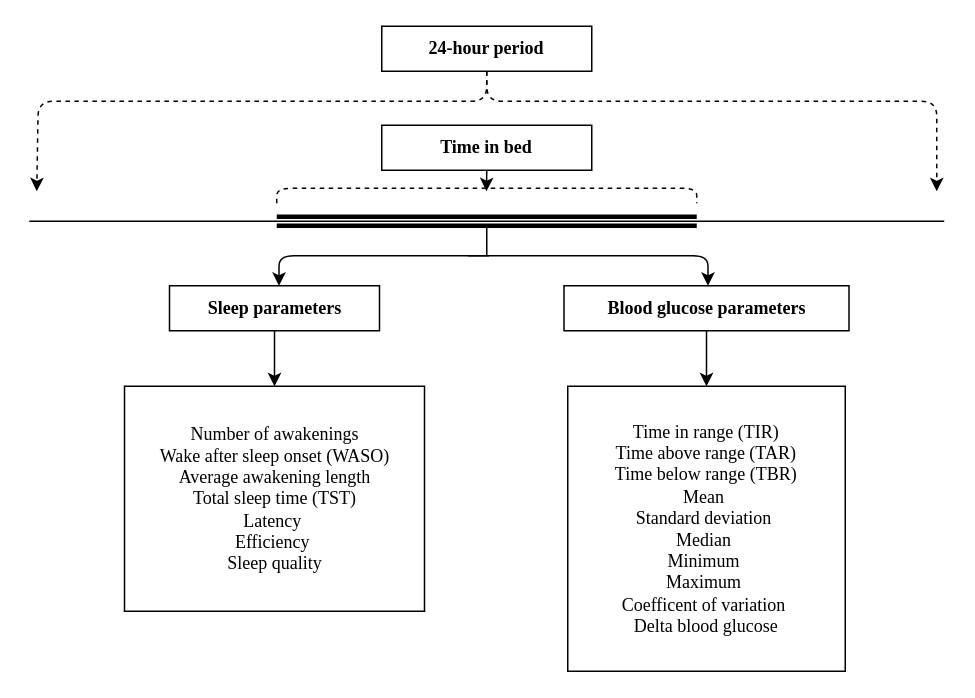
laurateilmann/Bachelor keeps this draw.io diagram as Plots/NightDiagram.drawio. Above is the earlier version. Source tidied: cells renumbered, new cells numbered last; positions are measured from the earlier drawing's top-left corner, leaving out a move shared by most shapes. Both pictures are drawn from the tidied source at 150%, with x=0, y=0 at pixel (28, 26).
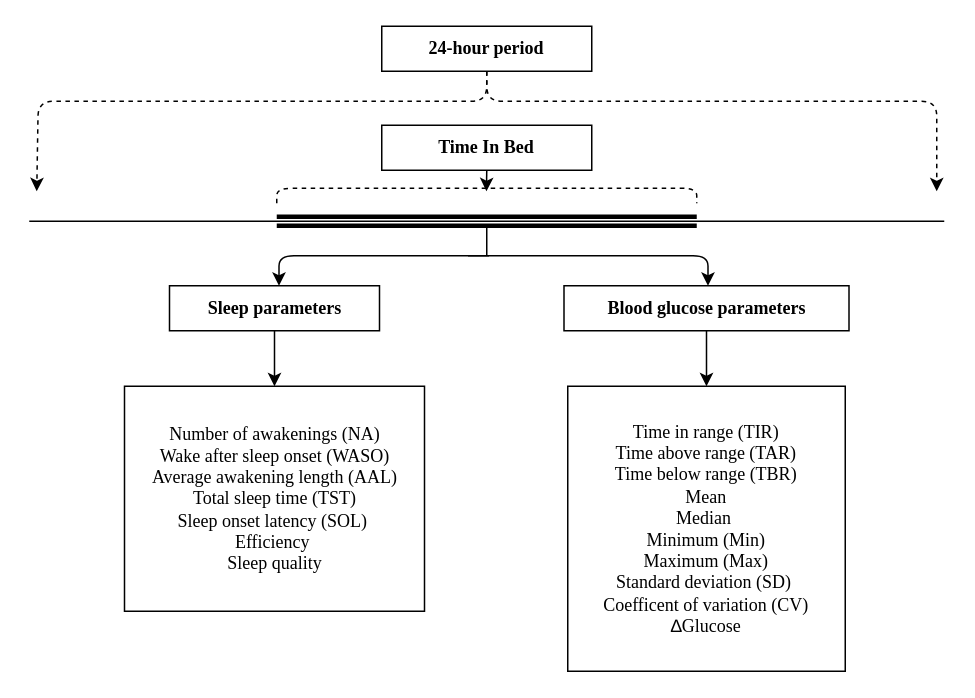
The same diagram, later.

Change to the diagram source:
```diff
@@
-    <mxCell id="6" value="Time in bed" style="rounded=0;whiteSpace=wrap;html=1;fontStyle=1;fontFamily=Times New Roman;" parent="1" vertex="1">
+    <mxCell id="6" value="Time In Bed" style="rounded=0;whiteSpace=wrap;html=1;fontStyle=1;fontFamily=Times New Roman;" parent="1" vertex="1">
       <mxGeometry x="235" y="66" width="140" height="30" as="geometry" />
     </mxCell>
@@
-    <mxCell id="13" value="&lt;font face=&quot;Times New Roman&quot;&gt;Number of awakenings&lt;br&gt;Wake after sleep onset (WASO)&lt;br&gt;Average awakening length&lt;br&gt;Total sleep time (TST)&lt;br&gt;Latency&amp;nbsp;&lt;br&gt;Efficiency&amp;nbsp;&lt;br&gt;Sleep quality&lt;br&gt;&lt;/font&gt;" style="rounded=0;whiteSpace=wrap;html=1;" parent="1" vertex="1">
+    <mxCell id="13" value="&lt;font face=&quot;Times New Roman&quot;&gt;Number of awakenings (NA)&lt;br&gt;Wake after sleep onset (WASO)&lt;br&gt;Average awakening length (AAL)&lt;br&gt;Total sleep time (TST)&lt;br&gt;Sleep onset latency (SOL)&amp;nbsp;&lt;br&gt;Efficiency&amp;nbsp;&lt;br&gt;Sleep quality&lt;br&gt;&lt;/font&gt;" style="rounded=0;whiteSpace=wrap;html=1;" parent="1" vertex="1">
       <mxGeometry x="63.5" y="240" width="200" height="150" as="geometry" />
     </mxCell>
-    <mxCell id="14" value="&lt;font face=&quot;Times New Roman&quot;&gt;Time in range (TIR)&lt;br&gt;Time above range (TAR)&lt;br&gt;Time below range (TBR)&lt;br&gt;Mean&amp;nbsp;&lt;br&gt;Standard deviation&amp;nbsp;&lt;br&gt;Median&amp;nbsp;&lt;br&gt;Minimum&amp;nbsp;&lt;br&gt;Maximum&amp;nbsp;&lt;br&gt;Coefficent of variation&amp;nbsp;&lt;br&gt;Delta blood glucose&lt;br&gt;&lt;/font&gt;" style="rounded=0;whiteSpace=wrap;html=1;" parent="1" vertex="1">
+    <mxCell id="14" value="&lt;font face=&quot;Times New Roman&quot;&gt;Time in range (TIR)&lt;br&gt;Time above range (TAR)&lt;br&gt;Time below range (TBR)&lt;br&gt;Mean&lt;br&gt;Median&amp;nbsp;&lt;br&gt;Minimum (Min)&lt;br&gt;Maximum (Max)&lt;br&gt;Standard deviation (SD)&amp;nbsp;&lt;br&gt;Coefficent of variation (CV)&lt;br&gt;&lt;/font&gt;∆&lt;font face=&quot;Times New Roman&quot;&gt;Glucose&lt;br&gt;&lt;/font&gt;" style="rounded=0;whiteSpace=wrap;html=1;" parent="1" vertex="1">
       <mxGeometry x="359" y="240" width="185" height="190" as="geometry" />
     </mxCell>
```
